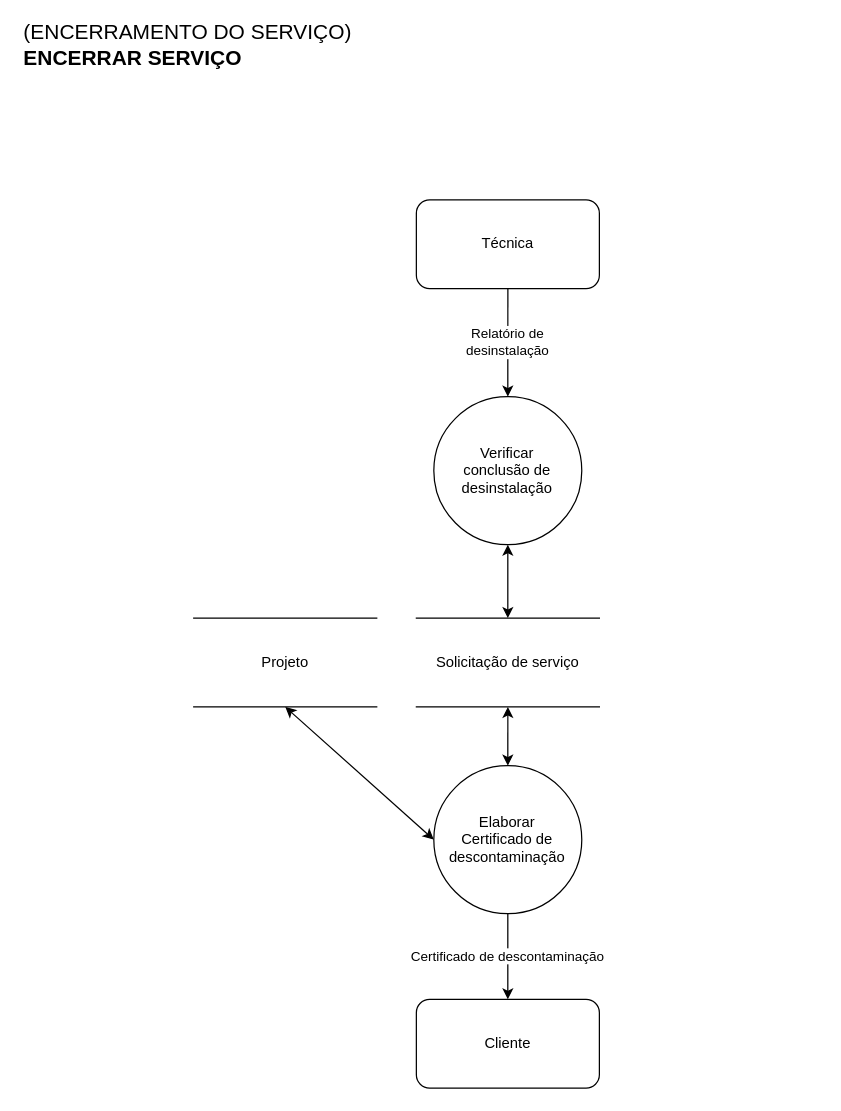
This is page "Encerrar serviço" (8 of 11) of 16. DFD Essencial para cada capacidade.drawio from somosafsociety/Eng-Soft-EC2A, a draw.io file, before an edit. Source tidied: cells renumbered, new cells numbered last; positions are measured from the earlier drawing's top-left corner, leaving out a move shared by most shapes. Both pictures are drawn from the tidied source at 123%, with x=0, y=0 at pixel (21, 27).
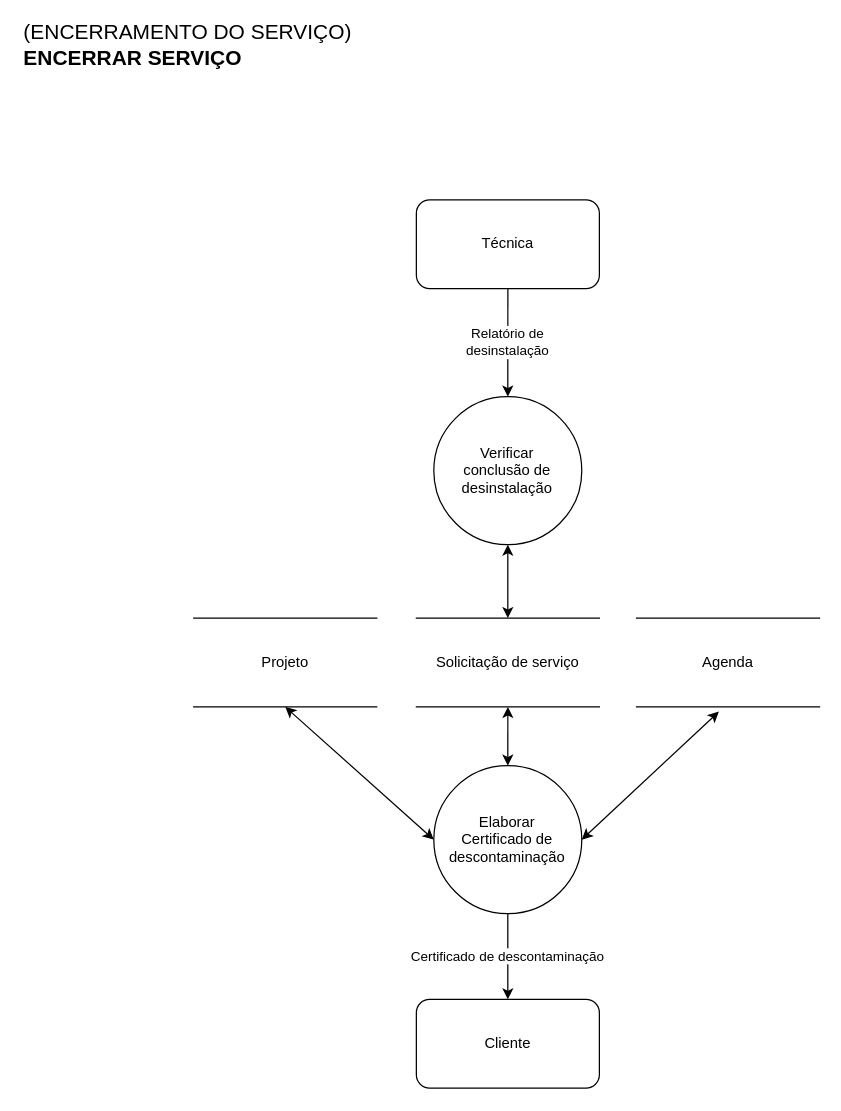
After the change.

Commit message (it also covers changes not shown here):
Atualização artefato 21 - (Agenda)

The edit, as a diff of the source:
```diff
@@
 <mxGraphModel>
   <root>
     <mxCell id="0" />
     <mxCell id="1" parent="0" />
     <mxCell id="2" value="&lt;span style=&quot;font-weight: normal&quot;&gt;(ENCERRAMENTO DO SERVIÇO)&lt;/span&gt;&lt;br&gt;ENCERRAR SERVIÇO" style="text;html=1;strokeColor=none;fillColor=none;align=left;verticalAlign=middle;whiteSpace=wrap;rounded=0;fontSize=17;fontStyle=1;" parent="1" vertex="1">
       <mxGeometry width="340" height="30" as="geometry" />
     </mxCell>
     <mxCell id="3" value="Elaborar&lt;br&gt;Certificado de&lt;br&gt;descontaminação" style="ellipse;whiteSpace=wrap;html=1;" parent="1" vertex="1">
       <mxGeometry x="335.2" y="600" width="120.3" height="120.3" as="geometry" />
     </mxCell>
     <mxCell id="4" value="Solicitação de serviço" style="shape=partialRectangle;whiteSpace=wrap;html=1;left=0;right=0;fillColor=none;" parent="1" vertex="1">
       <mxGeometry x="321" y="480" width="148.8" height="72.2" as="geometry" />
     </mxCell>
     <mxCell id="5" value="Verificar&lt;br&gt;conclusão de&lt;br&gt;desinstalação" style="ellipse;whiteSpace=wrap;html=1;" parent="1" vertex="1">
       <mxGeometry x="335.2" y="300" width="120.3" height="120.3" as="geometry" />
     </mxCell>
     <mxCell id="6" value="Técnica" style="rounded=1;whiteSpace=wrap;html=1;" parent="1" vertex="1">
       <mxGeometry x="321" y="140" width="148.8" height="72.2" as="geometry" />
     </mxCell>
     <mxCell id="7" value="Relatório de&lt;br&gt;desinstalação" style="endArrow=classic;html=1;exitX=0.5;exitY=1;exitDx=0;exitDy=0;entryX=0.5;entryY=0;entryDx=0;entryDy=0;" parent="1" edge="1" source="6" target="5">
       <mxGeometry relative="1" as="geometry" />
     </mxCell>
     <mxCell id="8" value="Cliente" style="rounded=1;whiteSpace=wrap;html=1;" parent="1" vertex="1">
       <mxGeometry x="321" y="790" width="148.8" height="72.2" as="geometry" />
     </mxCell>
     <mxCell id="9" value="Certificado de descontaminação" style="endArrow=classic;html=1;exitX=0.5;exitY=1;exitDx=0;exitDy=0;" parent="1" edge="1" source="3" target="8">
       <mxGeometry relative="1" as="geometry" />
     </mxCell>
     <mxCell id="10" style="endArrow=classic;startArrow=classic;html=1;entryX=0.5;entryY=1;entryDx=0;entryDy=0;" parent="1" edge="1" source="4" target="5">
       <mxGeometry relative="1" as="geometry" />
     </mxCell>
     <mxCell id="11" style="endArrow=classic;startArrow=classic;html=1;exitX=0.5;exitY=0;exitDx=0;exitDy=0;entryX=0.5;entryY=1;entryDx=0;entryDy=0;" parent="1" edge="1" source="3" target="4">
       <mxGeometry relative="1" as="geometry" />
     </mxCell>
     <mxCell id="12" value="Projeto" style="shape=partialRectangle;whiteSpace=wrap;html=1;left=0;right=0;fillColor=none;" parent="1" vertex="1">
       <mxGeometry x="140" y="480" width="148.8" height="72.2" as="geometry" />
     </mxCell>
     <mxCell id="13" style="endArrow=classic;startArrow=classic;html=1;exitX=0.5;exitY=1;exitDx=0;exitDy=0;entryX=0;entryY=0.5;entryDx=0;entryDy=0;" parent="1" edge="1" source="12" target="3">
       <mxGeometry relative="1" as="geometry" />
     </mxCell>
+    <mxCell id="14" value="Agenda" style="shape=partialRectangle;whiteSpace=wrap;html=1;left=0;right=0;fillColor=none;" parent="1" vertex="1">
+      <mxGeometry x="500" y="480" width="148.8" height="72.2" as="geometry" />
+    </mxCell>
+    <mxCell id="15" style="endArrow=classic;startArrow=classic;html=1;exitX=0.45;exitY=1.053;exitDx=0;exitDy=0;entryX=1;entryY=0.5;entryDx=0;entryDy=0;exitPerimeter=0;" parent="1" edge="1" source="14" target="3">
+      <mxGeometry relative="1" as="geometry" />
+    </mxCell>
   </root>
 </mxGraphModel>
```
